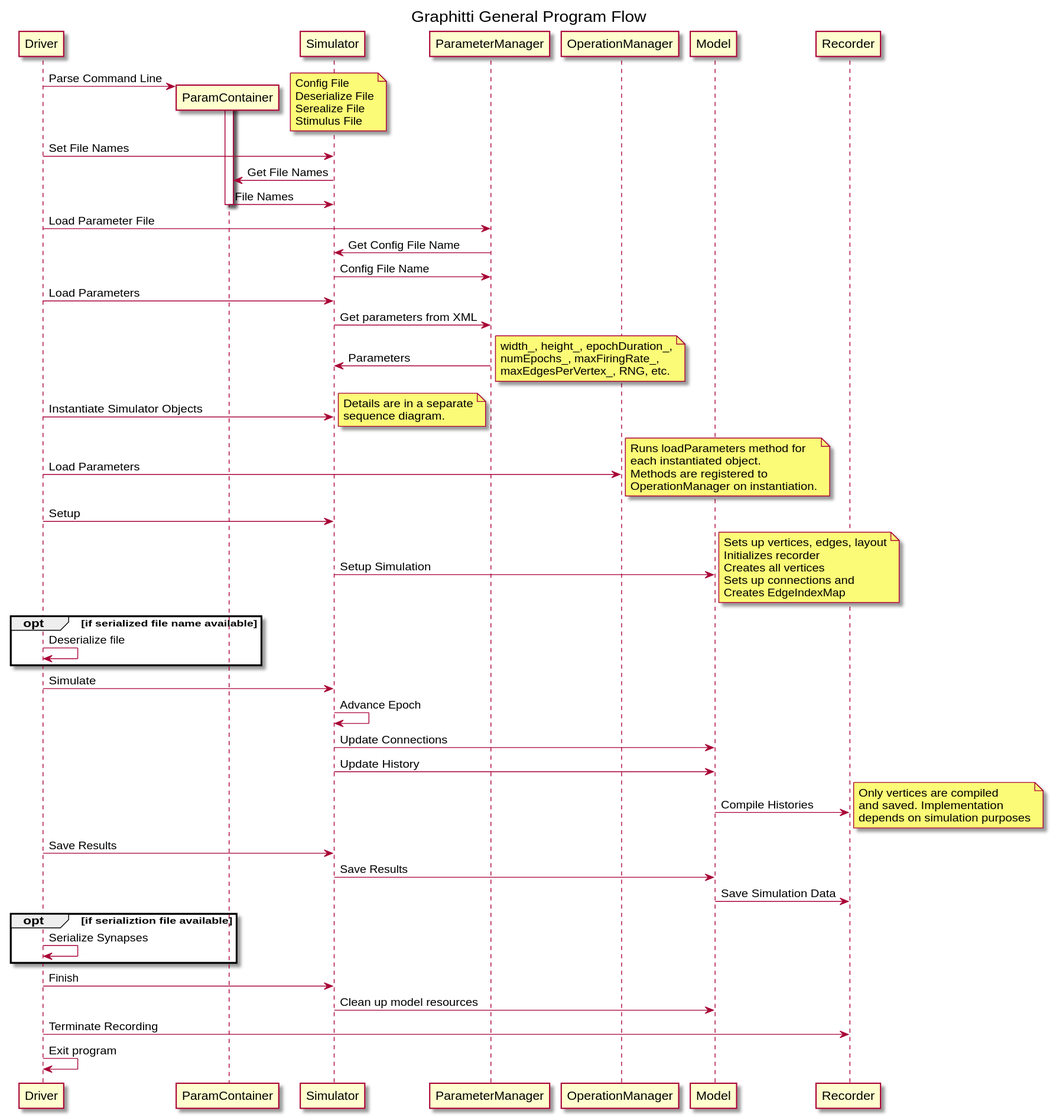
UWB-Biocomputing/Graphitti keeps this PlantUML diagram as docs/Developer/UML/topLevelFlow.svg. Above is the earlier version. Its diagram source:
```plantuml
@startuml topLevelFlow

title Graphitti General Program Flow

Driver -> ParamContainer **: Parse Command Line
activate ParamContainer
note right
    Config File
    Deserialize File
    Serealize File
    Stimulus File
end note

Driver -> Simulator: Set File Names
Simulator -> ParamContainer: Get File Names
ParamContainer -> Simulator: File Names
deactivate ParamContainer

Driver -> ParameterManager: Load Parameter File
ParameterManager -> Simulator: Get Config File Name
Simulator -> ParameterManager: Config File Name
Driver -> Simulator: Load Parameters
Simulator -> ParameterManager: Get parameters from XML
ParameterManager -> Simulator: Parameters
note right
    width_, height_, epochDuration_,
    numEpochs_, maxFiringRate_,
    maxEdgesPerVertex_, RNG, etc.
end note

Driver -> Simulator: Instantiate Simulator Objects
note right
    Details are in a separate
    sequence diagram.
end note

Driver -> OperationManager: Load Parameters
note right
    Runs loadParameters method for
    each instantiated object.
    Methods are registered to
    OperationManager on instantiation.
end note

Driver -> Simulator: Setup
Simulator -> Model: Setup Simulation
note right
    Sets up vertices, edges, layout
    Initializes recorder
    Creates all vertices
    Sets up connections and
    Creates EdgeIndexMap
end note

opt if serialized file name available
    Driver -> Driver: Deserialize file
end

Driver -> Simulator: Simulate
Simulator -> Simulator: Advance Epoch
Simulator -> Model: Update Connections
Simulator -> Model: Update History
Model -> Recorder: Compile Histories
note right
    Only vertices are compiled
    and saved. Implementation
    depends on simulation purposes
end note

Driver -> Simulator: Save Results
Simulator -> Model: Save Results
Model -> Recorder: Save Simulation Data

opt if serializtion file available
    Driver -> Driver: Serialize Synapses
end

Driver -> Simulator: Finish
Simulator -> Model: Clean up model resources
Driver -> Recorder: Terminate Recording
Driver -> Driver: Exit program

@enduml
```
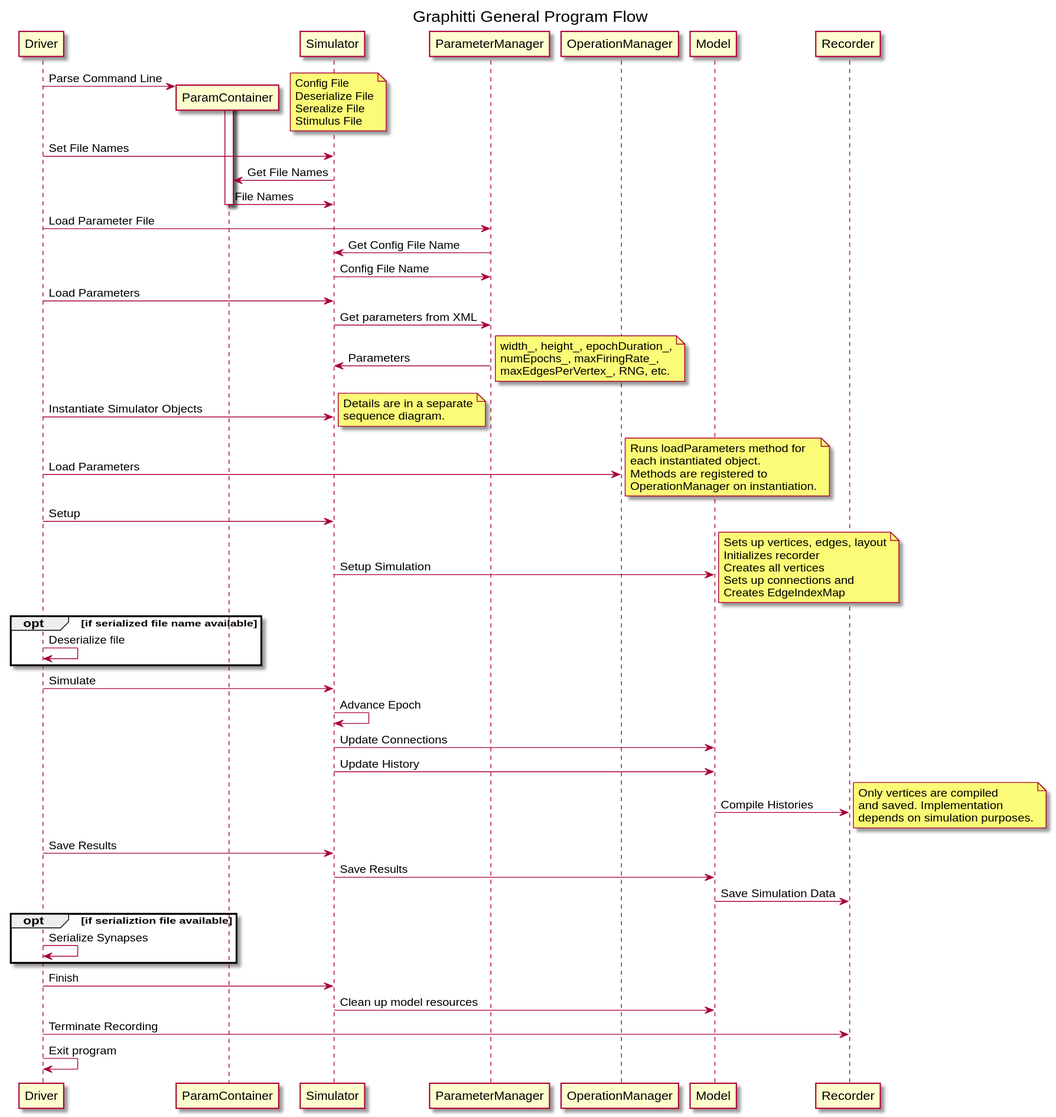
Later version of the same file.

Change to the diagram source:
```diff
@@ -64,7 +64,7 @@
 note right
     Only vertices are compiled
     and saved. Implementation
-    depends on simulation purposes
+    depends on simulation purposes.
 end note
 
 Driver -> Simulator: Save Results
```
